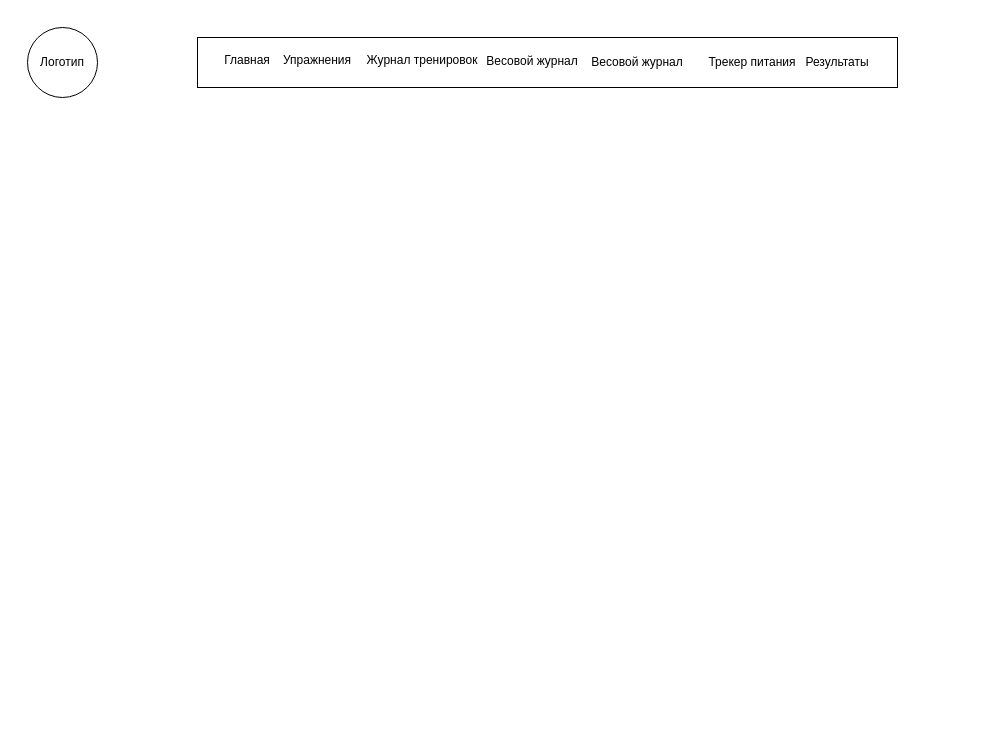
Before: проектирование.drawio in Lemetist/ActivityWatch, a draw.io diagram. Source tidied: cells renumbered, new cells numbered last; positions are measured from the earlier drawing's top-left corner, leaving out a move shared by most shapes. Both pictures are drawn from the tidied source at 100%, with x=0, y=0 at pixel (27, 27).
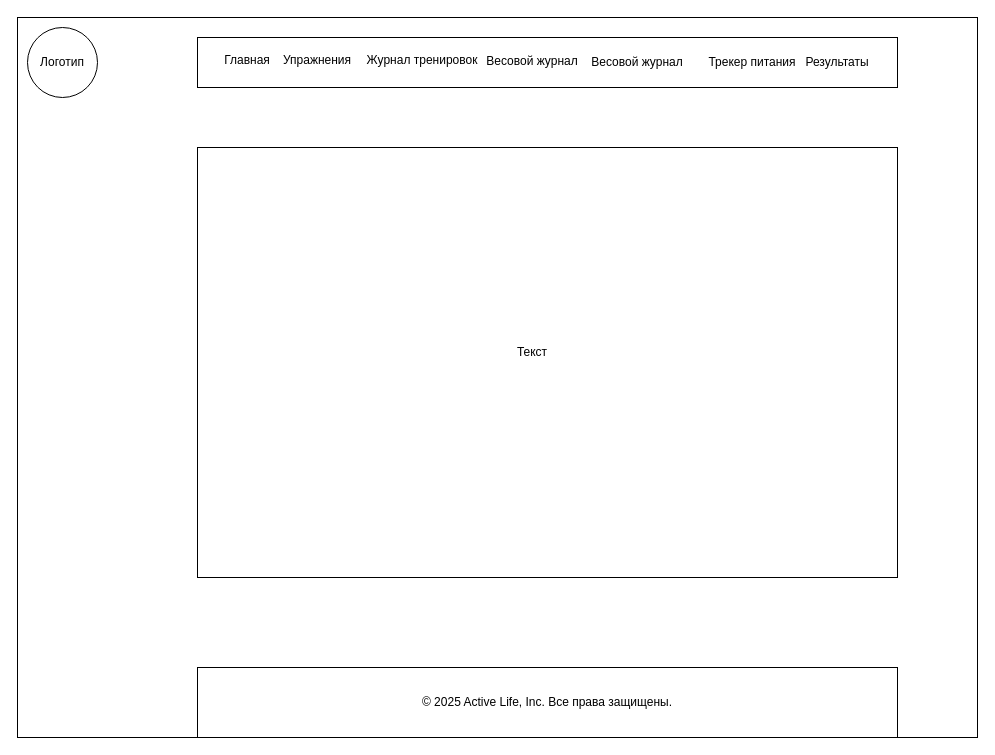
Above is the later version.

Diff of the diagram source:
```diff
@@
 <mxGraphModel>
   <root>
     <mxCell id="0" />
     <mxCell id="1" parent="0" />
+    <mxCell id="11" style="rounded=0;whiteSpace=wrap;html=1;" parent="1" vertex="1">
+      <mxGeometry x="-10" y="-10" width="960" height="720" as="geometry" />
+    </mxCell>
     <mxCell id="2" value="Логотип" style="ellipse;whiteSpace=wrap;html=1;" parent="1" vertex="1">
       <mxGeometry width="70" height="70" as="geometry" />
     </mxCell>
     <mxCell id="3" style="rounded=0;whiteSpace=wrap;html=1;" parent="1" vertex="1">
       <mxGeometry x="170" y="10" width="700" height="50" as="geometry" />
     </mxCell>
     <mxCell id="4" value="Главная" style="text;html=1;align=center;verticalAlign=middle;whiteSpace=wrap;rounded=0;" parent="1" vertex="1">
       <mxGeometry x="190" y="17.5" width="60" height="30" as="geometry" />
     </mxCell>
     <mxCell id="5" value="Упражнения" style="text;html=1;align=center;verticalAlign=middle;whiteSpace=wrap;rounded=0;" parent="1" vertex="1">
       <mxGeometry x="260" y="17.5" width="60" height="30" as="geometry" />
     </mxCell>
     <mxCell id="6" value="Журнал тренировок" style="text;html=1;align=center;verticalAlign=middle;whiteSpace=wrap;rounded=0;" parent="1" vertex="1">
       <mxGeometry x="330" y="18.1" width="130" height="30" as="geometry" />
     </mxCell>
     <mxCell id="7" value="Весовой журнал" style="text;html=1;align=center;verticalAlign=middle;whiteSpace=wrap;rounded=0;" parent="1" vertex="1">
       <mxGeometry x="450" y="17.5" width="110" height="33.8" as="geometry" />
     </mxCell>
     <mxCell id="8" value="Весовой журнал" style="text;html=1;align=center;verticalAlign=middle;whiteSpace=wrap;rounded=0;" parent="1" vertex="1">
       <mxGeometry x="550" y="23.8" width="120" height="22.5" as="geometry" />
     </mxCell>
     <mxCell id="9" value="Трекер питания" style="text;html=1;align=center;verticalAlign=middle;whiteSpace=wrap;rounded=0;" parent="1" vertex="1">
       <mxGeometry x="680" y="13.8" width="90" height="42.5" as="geometry" />
     </mxCell>
     <mxCell id="10" value="Результаты" style="text;html=1;align=center;verticalAlign=middle;whiteSpace=wrap;rounded=0;" parent="1" vertex="1">
       <mxGeometry x="780" y="20" width="60" height="30" as="geometry" />
     </mxCell>
+    <mxCell id="12" style="rounded=0;whiteSpace=wrap;html=1;" parent="1" vertex="1">
+      <mxGeometry x="170" y="120" width="700" height="430" as="geometry" />
+    </mxCell>
+    <mxCell id="13" value="© 2025 Active Life, Inc. Все права защищены." style="rounded=0;whiteSpace=wrap;html=1;" parent="1" vertex="1">
+      <mxGeometry x="170" y="640" width="700" height="70" as="geometry" />
+    </mxCell>
+    <mxCell id="14" value="Текст" style="text;html=1;align=center;verticalAlign=middle;whiteSpace=wrap;rounded=0;" parent="1" vertex="1">
+      <mxGeometry x="475" y="310" width="60" height="30" as="geometry" />
+    </mxCell>
   </root>
 </mxGraphModel>
```
